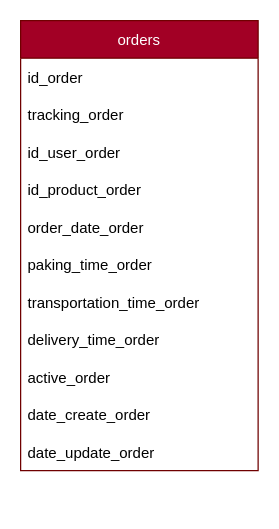
Before: page "orders" (3 of 5) of data/tablas.drawio in David-Coach-Dev/Api-Deliveries, a draw.io diagram. Source tidied: cells renumbered, new cells numbered last; positions are measured from the earlier drawing's top-left corner, leaving out a move shared by most shapes. Both pictures are drawn from the tidied source at 125%, with x=0, y=0 at pixel (20, 20).
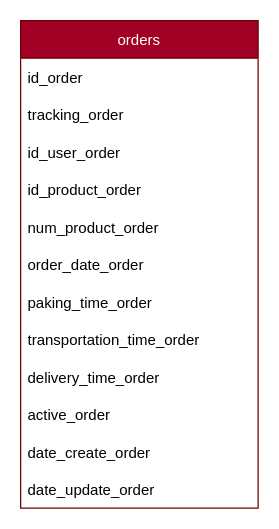
The same diagram, later.

What changed in the source:
```diff
@@
 <mxGraphModel>
   <root>
     <mxCell id="0" />
     <mxCell id="1" parent="0" />
     <mxCell id="2" value="orders" style="swimlane;fontStyle=0;horizontal=1;startSize=30;fillColor=#a20025;fontColor=#ffffff;strokeColor=#6F0000;" parent="1" vertex="1">
-      <mxGeometry width="190" height="360" as="geometry" />
+      <mxGeometry width="190" height="390" as="geometry" />
     </mxCell>
     <mxCell id="3" value="id_order" style="text;strokeColor=none;fillColor=none;align=left;verticalAlign=middle;spacingLeft=4;spacingRight=4;overflow=hidden;" parent="2" vertex="1">
       <mxGeometry y="30" width="190" height="30" as="geometry" />
     </mxCell>
     <mxCell id="4" value="tracking_order" style="text;strokeColor=none;fillColor=none;align=left;verticalAlign=middle;spacingLeft=4;spacingRight=4;overflow=hidden;" parent="2" vertex="1">
       <mxGeometry y="60" width="190" height="30" as="geometry" />
     </mxCell>
     <mxCell id="5" value="id_user_order" style="text;strokeColor=none;fillColor=none;align=left;verticalAlign=middle;spacingLeft=4;spacingRight=4;overflow=hidden;" parent="2" vertex="1">
       <mxGeometry y="90" width="190" height="30" as="geometry" />
     </mxCell>
     <mxCell id="6" value="id_product_order" style="text;strokeColor=none;fillColor=none;align=left;verticalAlign=middle;spacingLeft=4;spacingRight=4;overflow=hidden;" parent="2" vertex="1">
       <mxGeometry y="120" width="190" height="30" as="geometry" />
     </mxCell>
+    <mxCell id="14" value="num_product_order" style="text;strokeColor=none;fillColor=none;align=left;verticalAlign=middle;spacingLeft=4;spacingRight=4;overflow=hidden;" parent="2" vertex="1">
+      <mxGeometry y="150" width="190" height="30" as="geometry" />
+    </mxCell>
     <mxCell id="7" value="order_date_order" style="text;strokeColor=none;fillColor=none;align=left;verticalAlign=middle;spacingLeft=4;spacingRight=4;overflow=hidden;" parent="2" vertex="1">
-      <mxGeometry y="150" width="190" height="30" as="geometry" />
+      <mxGeometry y="180" width="190" height="30" as="geometry" />
     </mxCell>
     <mxCell id="8" value="paking_time_order" style="text;strokeColor=none;fillColor=none;align=left;verticalAlign=middle;spacingLeft=4;spacingRight=4;overflow=hidden;" parent="2" vertex="1">
-      <mxGeometry y="180" width="190" height="30" as="geometry" />
+      <mxGeometry y="210" width="190" height="30" as="geometry" />
     </mxCell>
     <mxCell id="9" value="transportation_time_order" style="text;strokeColor=none;fillColor=none;align=left;verticalAlign=middle;spacingLeft=4;spacingRight=4;overflow=hidden;" parent="2" vertex="1">
-      <mxGeometry y="210" width="190" height="30" as="geometry" />
+      <mxGeometry y="240" width="190" height="30" as="geometry" />
     </mxCell>
     <mxCell id="10" value="delivery_time_order" style="text;strokeColor=none;fillColor=none;align=left;verticalAlign=middle;spacingLeft=4;spacingRight=4;overflow=hidden;" parent="2" vertex="1">
-      <mxGeometry y="240" width="190" height="30" as="geometry" />
+      <mxGeometry y="270" width="190" height="30" as="geometry" />
     </mxCell>
     <mxCell id="11" value="active_order" style="text;strokeColor=none;fillColor=none;align=left;verticalAlign=middle;spacingLeft=4;spacingRight=4;overflow=hidden;" parent="2" vertex="1">
-      <mxGeometry y="270" width="190" height="30" as="geometry" />
+      <mxGeometry y="300" width="190" height="30" as="geometry" />
     </mxCell>
     <mxCell id="12" value="date_create_order" style="text;strokeColor=none;fillColor=none;align=left;verticalAlign=middle;spacingLeft=4;spacingRight=4;overflow=hidden;" parent="2" vertex="1">
-      <mxGeometry y="300" width="190" height="30" as="geometry" />
+      <mxGeometry y="330" width="190" height="30" as="geometry" />
     </mxCell>
     <mxCell id="13" value="date_update_order" style="text;strokeColor=none;fillColor=none;align=left;verticalAlign=middle;spacingLeft=4;spacingRight=4;overflow=hidden;" parent="2" vertex="1">
-      <mxGeometry y="330" width="190" height="30" as="geometry" />
+      <mxGeometry y="360" width="190" height="30" as="geometry" />
     </mxCell>
   </root>
 </mxGraphModel>
```
